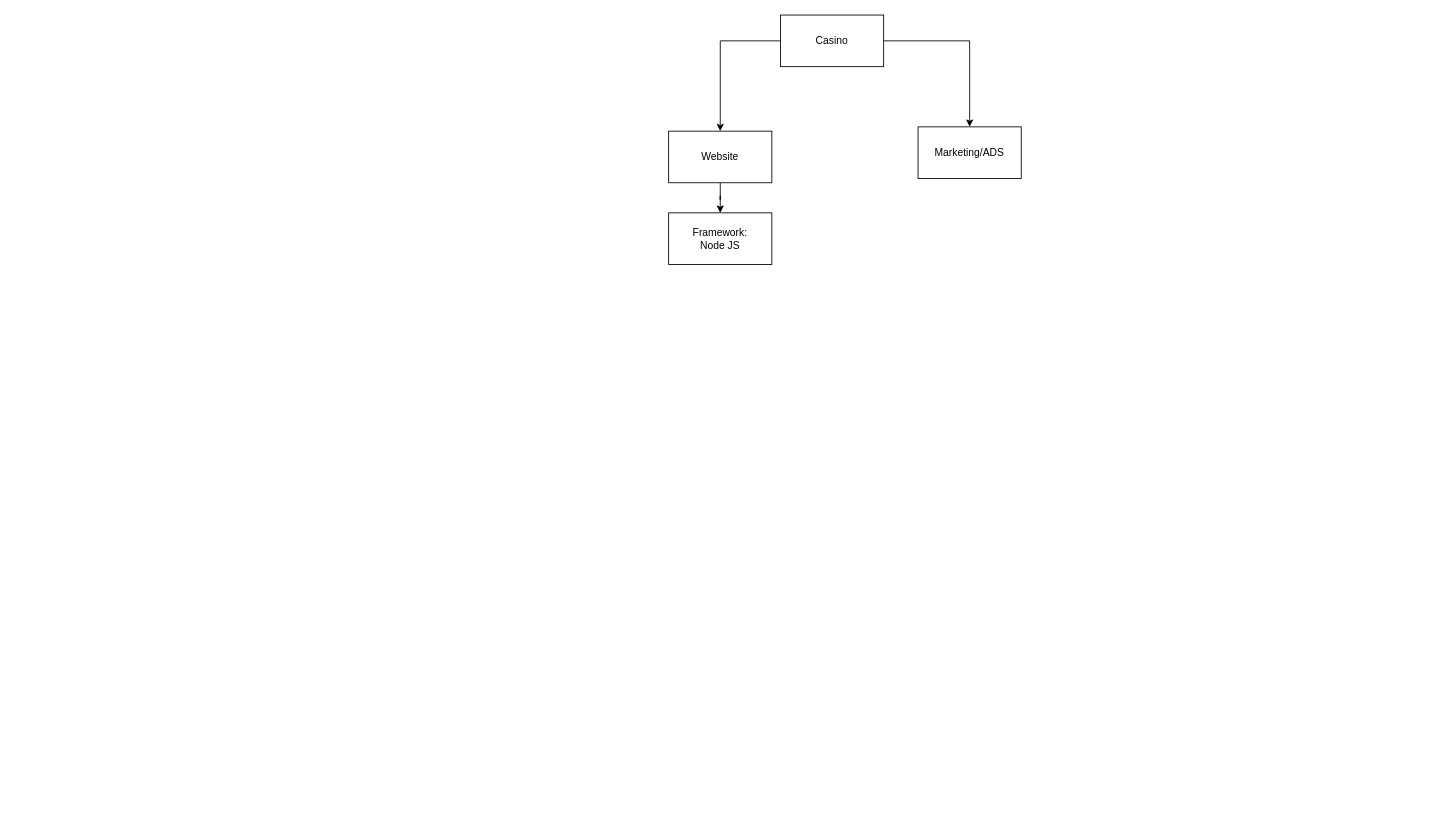
Earlier version of the draw.io diagram Untitled Diagram.drawio (Jonontop/Casino). Source tidied: cells renumbered, new cells numbered last; positions are measured from the earlier drawing's top-left corner, leaving out a move shared by most shapes. Both pictures are drawn from the tidied source at 86%, with x=0, y=0 at pixel (668, 15).
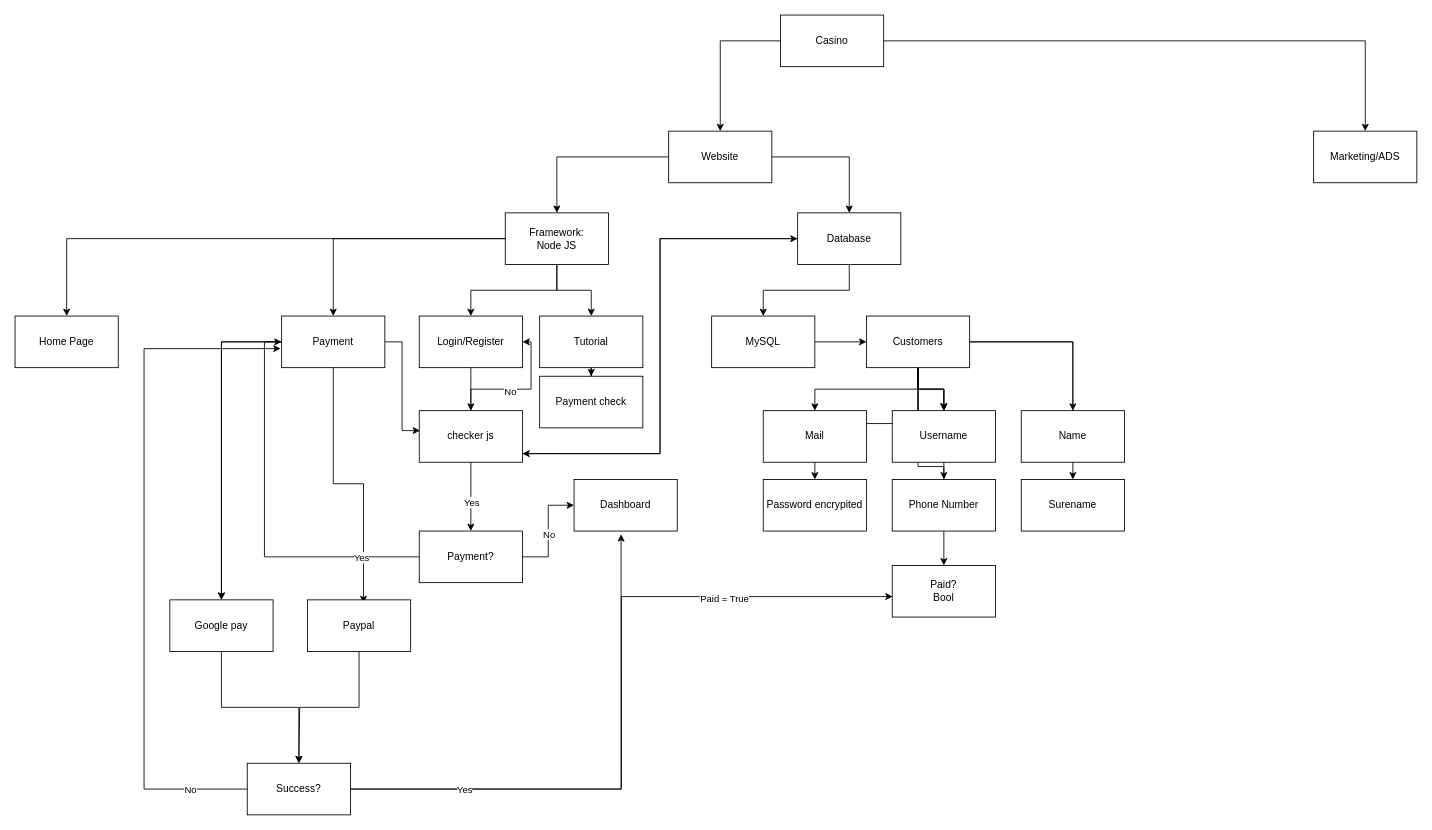
Above is the later version.

Unchanged cells that the change refers to:
```xml
<mxCell id="6" value="Website" style="whiteSpace=wrap;html=1;rounded=0;" parent="1" vertex="1">
  <mxGeometry y="135" width="120" height="60" as="geometry" />
</mxCell>
```

What changed in the source:
```diff
@@
+    <mxCell id="9" style="edgeStyle=orthogonalEdgeStyle;rounded=0;jettySize=auto;html=1;" parent="1" edge="1" source="6" target="23">
+      <mxGeometry relative="1" as="geometry" />
+    </mxCell>
@@
     <mxCell id="7" value="Marketing/ADS" style="whiteSpace=wrap;html=1;rounded=0;" parent="1" vertex="1">
-      <mxGeometry x="290" y="130" width="120" height="60" as="geometry" />
+      <mxGeometry x="750" y="135" width="120" height="60" as="geometry" />
     </mxCell>
+    <mxCell id="10" style="edgeStyle=orthogonalEdgeStyle;rounded=0;jettySize=auto;html=1;" parent="1" edge="1" source="8" target="14">
+      <mxGeometry relative="1" as="geometry" />
+    </mxCell>
+    <mxCell id="11" style="edgeStyle=orthogonalEdgeStyle;rounded=0;jettySize=auto;html=1;" parent="1" edge="1" source="8" target="18">
+      <mxGeometry relative="1" as="geometry" />
+    </mxCell>
+    <mxCell id="12" style="edgeStyle=orthogonalEdgeStyle;rounded=0;jettySize=auto;html=1;" parent="1" edge="1" source="8" target="20">
+      <mxGeometry relative="1" as="geometry" />
+    </mxCell>
+    <mxCell id="13" style="edgeStyle=orthogonalEdgeStyle;rounded=0;jettySize=auto;html=1;" parent="1" edge="1" source="8" target="43">
+      <mxGeometry relative="1" as="geometry" />
+    </mxCell>
     <mxCell id="8" value="Framework:&lt;br&gt;Node JS" style="whiteSpace=wrap;html=1;rounded=0;" parent="1" vertex="1">
-      <mxGeometry y="230" width="120" height="60" as="geometry" />
+      <mxGeometry x="-190" y="230" width="120" height="60" as="geometry" />
     </mxCell>
+    <mxCell id="14" value="Home Page" style="whiteSpace=wrap;html=1;rounded=0;" parent="1" vertex="1">
+      <mxGeometry x="-760" y="350" width="120" height="60" as="geometry" />
+    </mxCell>
+    <mxCell id="15" style="edgeStyle=orthogonalEdgeStyle;rounded=0;jettySize=auto;html=1;" parent="1" edge="1" source="18" target="59">
+      <mxGeometry relative="1" as="geometry" />
+    </mxCell>
+    <mxCell id="16" style="edgeStyle=orthogonalEdgeStyle;rounded=0;jettySize=auto;html=1;" parent="1" edge="1" source="18" target="59">
+      <mxGeometry relative="1" as="geometry" />
+    </mxCell>
+    <mxCell id="17" style="edgeStyle=orthogonalEdgeStyle;rounded=0;jettySize=auto;html=1;entryX=0.543;entryY=0.064;entryDx=0;entryDy=0;entryPerimeter=0;" parent="1" edge="1" source="18" target="61">
+      <mxGeometry relative="1" as="geometry" />
+    </mxCell>
+    <mxCell id="18" value="Payment" style="whiteSpace=wrap;html=1;rounded=0;" parent="1" vertex="1">
+      <mxGeometry x="-450" y="350" width="120" height="60" as="geometry" />
+    </mxCell>
+    <mxCell id="19" style="edgeStyle=orthogonalEdgeStyle;rounded=0;jettySize=auto;html=1;" parent="1" edge="1" source="20" target="21">
+      <mxGeometry relative="1" as="geometry" />
+    </mxCell>
+    <mxCell id="20" value="Tutorial" style="whiteSpace=wrap;html=1;rounded=0;" parent="1" vertex="1">
+      <mxGeometry x="-150" y="350" width="120" height="60" as="geometry" />
+    </mxCell>
+    <mxCell id="21" value="Payment check" style="whiteSpace=wrap;html=1;rounded=0;" parent="1" vertex="1">
+      <mxGeometry x="-150" y="420" width="120" height="60" as="geometry" />
+    </mxCell>
+    <mxCell id="22" style="edgeStyle=orthogonalEdgeStyle;rounded=0;jettySize=auto;html=1;" parent="1" edge="1" source="23" target="25">
+      <mxGeometry relative="1" as="geometry" />
+    </mxCell>
+    <mxCell id="23" value="Database" style="whiteSpace=wrap;html=1;rounded=0;" parent="1" vertex="1">
+      <mxGeometry x="150" y="230" width="120" height="60" as="geometry" />
+    </mxCell>
+    <mxCell id="24" style="edgeStyle=orthogonalEdgeStyle;rounded=0;jettySize=auto;html=1;" parent="1" edge="1" source="25" target="35">
+      <mxGeometry relative="1" as="geometry" />
+    </mxCell>
+    <mxCell id="25" value="MySQL" style="whiteSpace=wrap;html=1;rounded=0;" parent="1" vertex="1">
+      <mxGeometry x="50" y="350" width="120" height="60" as="geometry" />
+    </mxCell>
+    <mxCell id="26" style="edgeStyle=orthogonalEdgeStyle;rounded=0;jettySize=auto;html=1;" parent="1" edge="1" source="35" target="36">
+      <mxGeometry relative="1" as="geometry" />
+    </mxCell>
+    <mxCell id="27" style="edgeStyle=orthogonalEdgeStyle;rounded=0;jettySize=auto;html=1;" parent="1" edge="1" source="35" target="37">
+      <mxGeometry relative="1" as="geometry" />
+    </mxCell>
+    <mxCell id="28" style="edgeStyle=orthogonalEdgeStyle;rounded=0;jettySize=auto;html=1;" parent="1" edge="1" source="35" target="37">
+      <mxGeometry relative="1" as="geometry" />
+    </mxCell>
+    <mxCell id="29" style="edgeStyle=orthogonalEdgeStyle;rounded=0;jettySize=auto;html=1;" parent="1" edge="1" source="35" target="37">
+      <mxGeometry relative="1" as="geometry" />
+    </mxCell>
+    <mxCell id="30" style="edgeStyle=orthogonalEdgeStyle;rounded=0;jettySize=auto;html=1;" parent="1" edge="1" source="35" target="38">
+      <mxGeometry relative="1" as="geometry" />
+    </mxCell>
+    <mxCell id="31" style="edgeStyle=orthogonalEdgeStyle;rounded=0;jettySize=auto;html=1;" parent="1" edge="1" source="35" target="39">
+      <mxGeometry relative="1" as="geometry" />
+    </mxCell>
+    <mxCell id="32" style="edgeStyle=orthogonalEdgeStyle;rounded=0;jettySize=auto;html=1;" parent="1" edge="1" source="35" target="40">
+      <mxGeometry relative="1" as="geometry" />
+    </mxCell>
+    <mxCell id="33" style="edgeStyle=orthogonalEdgeStyle;rounded=0;jettySize=auto;html=1;" parent="1" edge="1" source="35" target="41">
+      <mxGeometry relative="1" as="geometry" />
+    </mxCell>
+    <mxCell id="34" style="edgeStyle=orthogonalEdgeStyle;rounded=0;jettySize=auto;html=1;" parent="1" edge="1" source="35" target="63">
+      <mxGeometry relative="1" as="geometry" />
+    </mxCell>
+    <mxCell id="35" value="Customers" style="whiteSpace=wrap;html=1;rounded=0;" parent="1" vertex="1">
+      <mxGeometry x="230" y="350" width="120" height="60" as="geometry" />
+    </mxCell>
+    <mxCell id="36" value="Mail" style="whiteSpace=wrap;html=1;rounded=0;" parent="1" vertex="1">
+      <mxGeometry x="110" y="460" width="120" height="60" as="geometry" />
+    </mxCell>
+    <mxCell id="37" value="Username" style="whiteSpace=wrap;html=1;rounded=0;" parent="1" vertex="1">
+      <mxGeometry x="260" y="460" width="120" height="60" as="geometry" />
+    </mxCell>
+    <mxCell id="38" value="Name" style="whiteSpace=wrap;html=1;rounded=0;" parent="1" vertex="1">
+      <mxGeometry x="410" y="460" width="120" height="60" as="geometry" />
+    </mxCell>
+    <mxCell id="39" value="Password encrypited" style="whiteSpace=wrap;html=1;rounded=0;" parent="1" vertex="1">
+      <mxGeometry x="110" y="540" width="120" height="60" as="geometry" />
+    </mxCell>
+    <mxCell id="40" value="Phone Number" style="whiteSpace=wrap;html=1;rounded=0;" parent="1" vertex="1">
+      <mxGeometry x="260" y="540" width="120" height="60" as="geometry" />
+    </mxCell>
+    <mxCell id="41" value="Surename" style="whiteSpace=wrap;html=1;rounded=0;" parent="1" vertex="1">
+      <mxGeometry x="410" y="540" width="120" height="60" as="geometry" />
+    </mxCell>
+    <mxCell id="42" style="edgeStyle=orthogonalEdgeStyle;rounded=0;jettySize=auto;html=1;" parent="1" edge="1" source="43" target="49">
+      <mxGeometry relative="1" as="geometry" />
+    </mxCell>
+    <mxCell id="43" value="Login/Register" style="whiteSpace=wrap;html=1;rounded=0;" parent="1" vertex="1">
+      <mxGeometry x="-290" y="350" width="120" height="60" as="geometry" />
+    </mxCell>
+    <mxCell id="44" style="edgeStyle=orthogonalEdgeStyle;rounded=0;jettySize=auto;html=1;" parent="1" edge="1" source="49">
+      <mxGeometry relative="1" as="geometry">
+        <mxPoint x="150" y="260" as="targetPoint" />
+        <Array as="points">
+          <mxPoint x="-10" y="510" />
+          <mxPoint x="-10" y="260" />
+          <mxPoint x="150" y="260" />
+        </Array>
+      </mxGeometry>
+    </mxCell>
+    <mxCell id="45" style="edgeStyle=orthogonalEdgeStyle;rounded=0;jettySize=auto;html=1;entryX=1;entryY=0.5;entryDx=0;entryDy=0;" parent="1" edge="1" source="49" target="43">
+      <mxGeometry relative="1" as="geometry">
+        <Array as="points">
+          <mxPoint x="-230" y="435" />
+          <mxPoint x="-160" y="435" />
+          <mxPoint x="-160" y="380" />
+        </Array>
+      </mxGeometry>
+    </mxCell>
+    <mxCell id="46" value="No" style="edgeLabel;html=1;align=center;verticalAlign=middle;" parent="45" vertex="1">
+      <mxGeometry x="-0.13" y="-2" relative="1" as="geometry" />
+    </mxCell>
+    <mxCell id="47" style="edgeStyle=orthogonalEdgeStyle;rounded=0;jettySize=auto;html=1;" parent="1" edge="1" source="49">
+      <mxGeometry relative="1" as="geometry">
+        <mxPoint x="-230" y="600" as="targetPoint" />
+      </mxGeometry>
+    </mxCell>
+    <mxCell id="48" value="Yes" style="edgeLabel;html=1;align=center;verticalAlign=middle;" parent="47" vertex="1">
+      <mxGeometry x="0.16" relative="1" as="geometry" />
+    </mxCell>
+    <mxCell id="49" value="checker js" style="whiteSpace=wrap;html=1;rounded=0;" parent="1" vertex="1">
+      <mxGeometry x="-290" y="460" width="120" height="60" as="geometry" />
+    </mxCell>
+    <mxCell id="50" style="edgeStyle=orthogonalEdgeStyle;rounded=0;jettySize=auto;html=1;entryX=1;entryY=0.833;entryDx=0;entryDy=0;entryPerimeter=0;" parent="1" edge="1" source="23" target="49">
+      <mxGeometry relative="1" as="geometry" />
+    </mxCell>
+    <mxCell id="51" style="edgeStyle=orthogonalEdgeStyle;rounded=0;jettySize=auto;html=1;entryX=0.008;entryY=0.387;entryDx=0;entryDy=0;entryPerimeter=0;" parent="1" edge="1" source="18" target="49">
+      <mxGeometry relative="1" as="geometry" />
+    </mxCell>
+    <mxCell id="52" style="edgeStyle=orthogonalEdgeStyle;rounded=0;jettySize=auto;html=1;entryX=0;entryY=0.5;entryDx=0;entryDy=0;" parent="1" edge="1" source="56" target="18">
+      <mxGeometry relative="1" as="geometry" />
+    </mxCell>
+    <mxCell id="53" value="Yes" style="edgeLabel;html=1;align=center;verticalAlign=middle;" parent="52" vertex="1">
+      <mxGeometry x="-0.7" relative="1" as="geometry" />
+    </mxCell>
+    <mxCell id="54" style="edgeStyle=orthogonalEdgeStyle;rounded=0;jettySize=auto;html=1;" parent="1" edge="1" source="56" target="57">
+      <mxGeometry relative="1" as="geometry" />
+    </mxCell>
+    <mxCell id="55" value="No" style="edgeLabel;html=1;align=center;verticalAlign=middle;" parent="54" vertex="1">
+      <mxGeometry x="-0.05" relative="1" as="geometry" />
+    </mxCell>
+    <mxCell id="56" value="Payment?" style="whiteSpace=wrap;html=1;" parent="1" vertex="1">
+      <mxGeometry x="-290" y="600" width="120" height="60" as="geometry" />
+    </mxCell>
+    <mxCell id="57" value="Dashboard" style="whiteSpace=wrap;html=1;" parent="1" vertex="1">
+      <mxGeometry x="-110" y="540" width="120" height="60" as="geometry" />
+    </mxCell>
+    <mxCell id="58" style="edgeStyle=orthogonalEdgeStyle;rounded=0;jettySize=auto;html=1;" parent="1" edge="1" source="59" target="62">
+      <mxGeometry relative="1" as="geometry" />
+    </mxCell>
+    <mxCell id="59" value="Google pay" style="whiteSpace=wrap;html=1;rounded=0;" parent="1" vertex="1">
+      <mxGeometry x="-580" y="680" width="120" height="60" as="geometry" />
+    </mxCell>
+    <mxCell id="60" style="edgeStyle=orthogonalEdgeStyle;rounded=0;jettySize=auto;html=1;" parent="1" edge="1" source="61">
+      <mxGeometry relative="1" as="geometry">
+        <mxPoint x="-430" y="870" as="targetPoint" />
+        <Array as="points">
+          <mxPoint x="-360" y="805" />
+          <mxPoint x="-429" y="805" />
+          <mxPoint x="-429" y="870" />
+        </Array>
+      </mxGeometry>
+    </mxCell>
+    <mxCell id="61" value="Paypal" style="whiteSpace=wrap;html=1;" parent="1" vertex="1">
+      <mxGeometry x="-420" y="680" width="120" height="60" as="geometry" />
+    </mxCell>
+    <mxCell id="62" value="Success?" style="whiteSpace=wrap;html=1;rounded=0;" parent="1" vertex="1">
+      <mxGeometry x="-490" y="870" width="120" height="60" as="geometry" />
+    </mxCell>
+    <mxCell id="63" value="Paid?&lt;br&gt;Bool" style="whiteSpace=wrap;html=1;rounded=0;" parent="1" vertex="1">
+      <mxGeometry x="260" y="640" width="120" height="60" as="geometry" />
+    </mxCell>
+    <mxCell id="64" style="edgeStyle=orthogonalEdgeStyle;rounded=0;jettySize=auto;html=1;entryX=0.456;entryY=1.061;entryDx=0;entryDy=0;entryPerimeter=0;" parent="1" edge="1" source="62" target="57">
+      <mxGeometry relative="1" as="geometry" />
+    </mxCell>
+    <mxCell id="65" style="edgeStyle=orthogonalEdgeStyle;rounded=0;jettySize=auto;html=1;exitX=1;exitY=0.5;exitDx=0;exitDy=0;entryX=0.004;entryY=0.603;entryDx=0;entryDy=0;entryPerimeter=0;" parent="1" edge="1" source="62" target="63">
+      <mxGeometry relative="1" as="geometry" />
+    </mxCell>
+    <mxCell id="66" value="Paid = True" style="edgeLabel;html=1;align=center;verticalAlign=middle;" parent="65" vertex="1">
+      <mxGeometry x="0.54" y="-2" relative="1" as="geometry" />
+    </mxCell>
+    <mxCell id="67" value="Yes" style="edgeLabel;html=1;align=center;verticalAlign=middle;" parent="65" vertex="1">
+      <mxGeometry x="-0.69" relative="1" as="geometry" />
+    </mxCell>
+    <mxCell id="68" style="edgeStyle=orthogonalEdgeStyle;rounded=0;jettySize=auto;html=1;entryX=-0.01;entryY=0.631;entryDx=0;entryDy=0;entryPerimeter=0;" parent="1" edge="1" source="62" target="18">
+      <mxGeometry relative="1" as="geometry">
+        <Array as="points">
+          <mxPoint x="-610" y="900" />
+          <mxPoint x="-610" y="388" />
+        </Array>
+      </mxGeometry>
+    </mxCell>
+    <mxCell id="69" value="No" style="edgeLabel;html=1;align=center;verticalAlign=middle;" parent="68" vertex="1">
+      <mxGeometry x="-0.83" relative="1" as="geometry" />
+    </mxCell>
```
